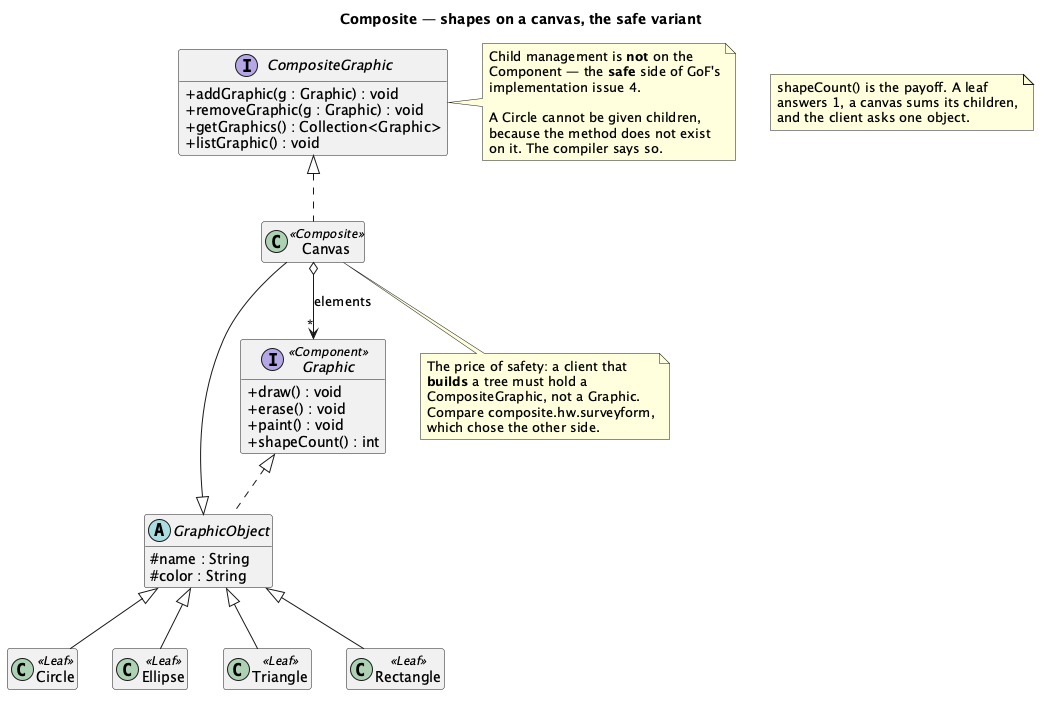
Earlier version of the PlantUML export src/main/java/dev/kaldiroglu/dp/structural/composite/graphic/uml/Composite - Graphic - Class Diagram.png (kaldiroglu/DesignPatternsWithJava). Its source is kept beside it as src/main/java/dev/kaldiroglu/dp/structural/composite/graphic/uml/Composite - Graphic - Class Diagram.puml. The source it was exported from:
```plantuml
@startuml "Composite - Graphic - Class Diagram"
skinparam classAttributeIconSize 0
hide empty members
title Composite — shapes on a canvas, the safe variant


interface Graphic <<Component>> {
  + draw() : void
  + erase() : void
  + paint() : void
  + shapeCount() : int
}

abstract class GraphicObject {
  # name : String
  # color : String
}

class Circle <<Leaf>>
class Ellipse <<Leaf>>
class Triangle <<Leaf>>
class Rectangle <<Leaf>>

interface CompositeGraphic {
  + addGraphic(g : Graphic) : void
  + removeGraphic(g : Graphic) : void
  + getGraphics() : Collection<Graphic>
  + listGraphic() : void
}

class Canvas <<Composite>>

Graphic <|.. GraphicObject
GraphicObject <|-- Circle
GraphicObject <|-- Ellipse
GraphicObject <|-- Triangle
GraphicObject <|-- Rectangle
GraphicObject <|-- Canvas
CompositeGraphic <|.. Canvas
Canvas o--> "*" Graphic : elements

note right of CompositeGraphic
  Child management is <b>not</b> on the
  Component — the <b>safe</b> side of GoF's
  implementation issue 4.

  A Circle cannot be given children,
  because the method does not exist
  on it. The compiler says so.
end note

note bottom of Canvas
  The price of safety: a client that
  <b>builds</b> a tree must hold a
  CompositeGraphic, not a Graphic.
  Compare composite.hw.surveyform,
  which chose the other side.
end note

note as N1
  shapeCount() is the payoff. A leaf
  answers 1, a canvas sums its children,
  and the client asks one object.
end note

@enduml
```
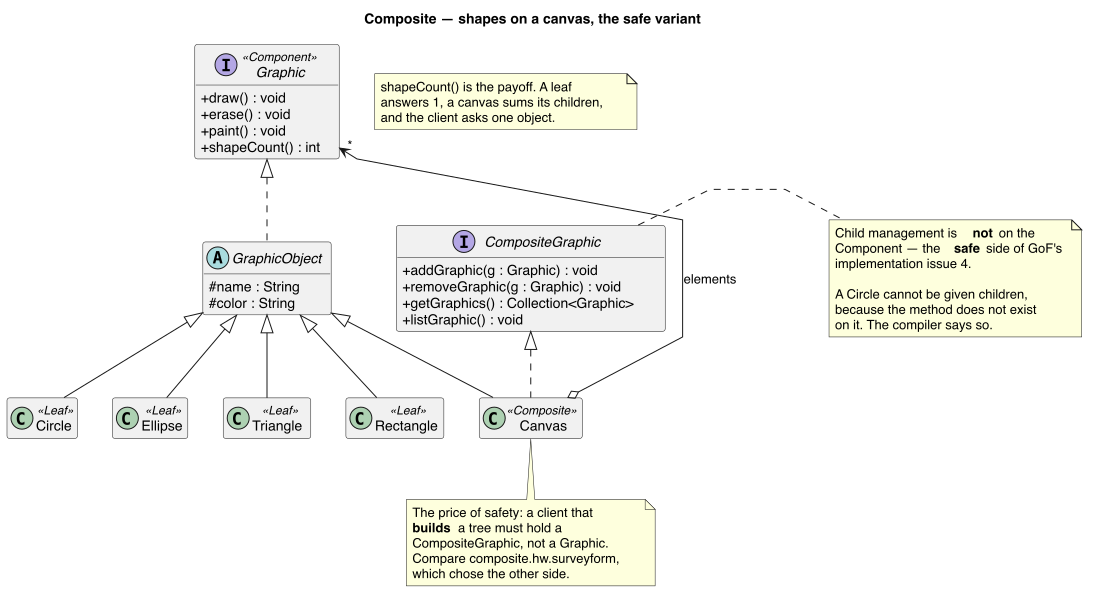
After the change.

Change to the diagram source:
```diff
@@ -1,4 +1,5 @@
 @startuml "Composite - Graphic - Class Diagram"
+skinparam linetype polyline
 skinparam classAttributeIconSize 0
 hide empty members
 title Composite — shapes on a canvas, the safe variant
@@ -37,7 +38,6 @@
 GraphicObject <|-- Rectangle
 GraphicObject <|-- Canvas
 CompositeGraphic <|.. Canvas
-Canvas o--> "*" Graphic : elements
 
 note right of CompositeGraphic
   Child management is <b>not</b> on the
@@ -63,4 +63,11 @@
   and the client asks one object.
 end note
 
+GraphicObject -[hidden]- Triangle
+GraphicObject -[hidden]- Triangle
+Circle -[hidden]right- Ellipse
+Ellipse -[hidden]right- Triangle
+Triangle -[hidden]right- Rectangle
+Rectangle -[hidden]right- Canvas
+Canvas o-[norank]-> "*" Graphic : elements
 @enduml
```
